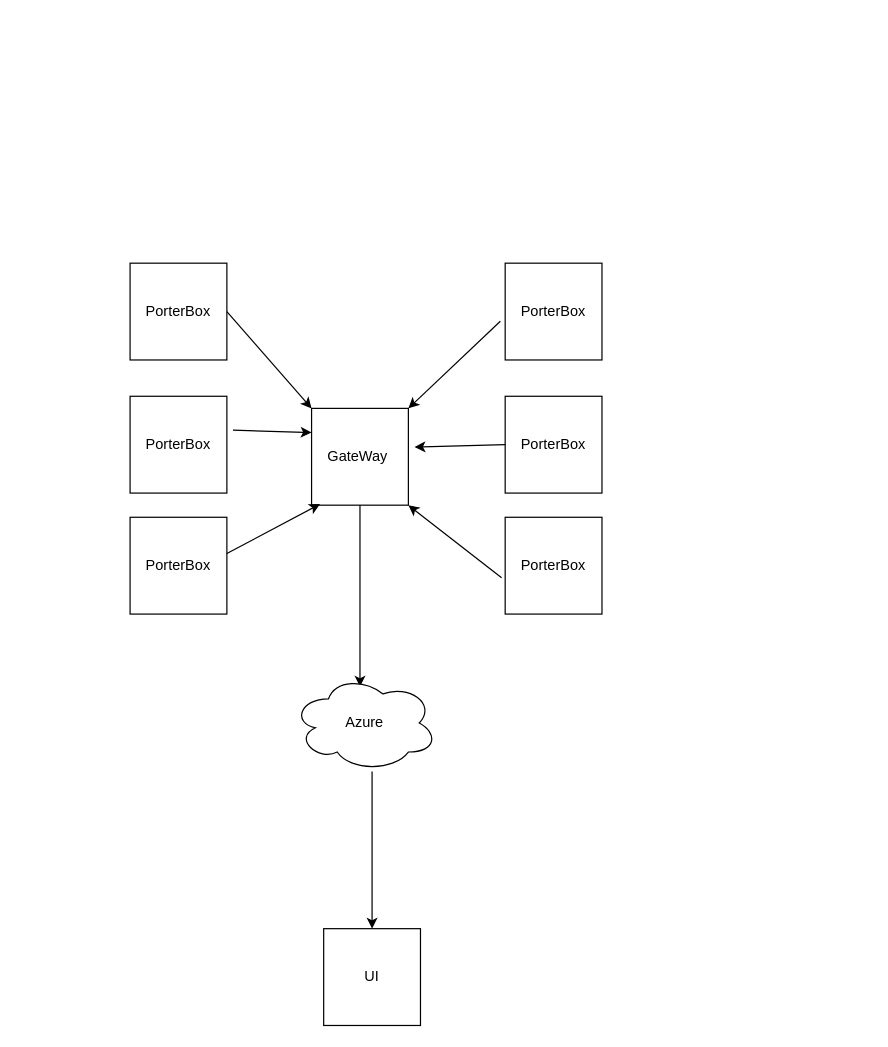
Lewjyi/BeeTechPub keeps this draw.io diagram as BeeTech.drawio. Above is the earlier version. Source tidied: cells renumbered, new cells numbered last; positions are measured from the earlier drawing's top-left corner, leaving out a move shared by most shapes. Both pictures are drawn from the tidied source at 121%, with x=0, y=0 at pixel (129, 263).
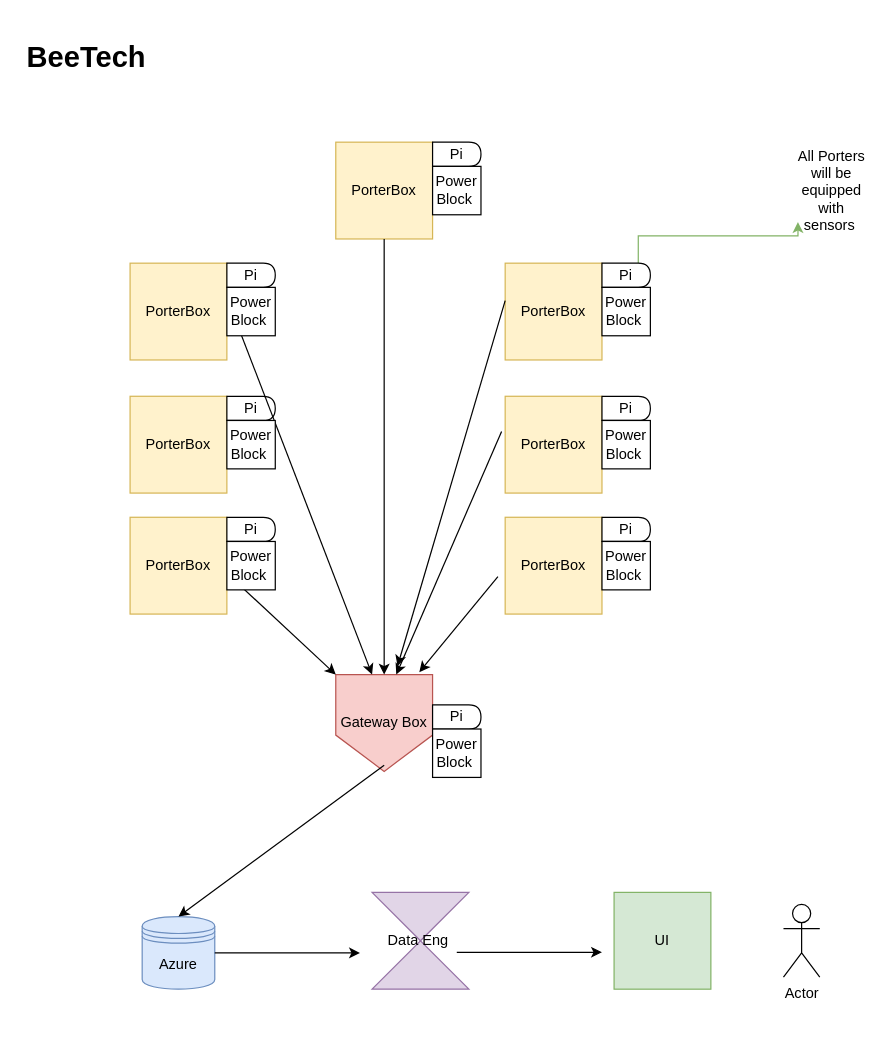
The same diagram, later.

Diff of the diagram source:
```diff
@@
-    <mxCell id="2" value="GateWay&amp;nbsp;" style="whiteSpace=wrap;html=1;" parent="1" vertex="1">
-      <mxGeometry x="150" y="120" width="80" height="80" as="geometry" />
+    <mxCell id="2" value="PorterBox" style="whiteSpace=wrap;html=1;fillColor=#fff2cc;strokeColor=#d6b656;" parent="1" vertex="1">
+      <mxGeometry x="170" y="-100" width="80" height="80" as="geometry" />
     </mxCell>
-    <mxCell id="3" value="PorterBox" style="whiteSpace=wrap;html=1;" parent="1" vertex="1">
+    <mxCell id="3" value="PorterBox" style="whiteSpace=wrap;html=1;fillColor=#fff2cc;strokeColor=#d6b656;" parent="1" vertex="1">
       <mxGeometry width="80" height="80" as="geometry" />
     </mxCell>
-    <mxCell id="4" value="PorterBox" style="whiteSpace=wrap;html=1;" parent="1" vertex="1">
+    <mxCell id="4" value="PorterBox" style="whiteSpace=wrap;html=1;fillColor=#fff2cc;strokeColor=#d6b656;" parent="1" vertex="1">
       <mxGeometry y="110" width="80" height="80" as="geometry" />
     </mxCell>
-    <mxCell id="5" value="PorterBox" style="whiteSpace=wrap;html=1;" parent="1" vertex="1">
+    <mxCell id="5" value="PorterBox" style="whiteSpace=wrap;html=1;fillColor=#fff2cc;strokeColor=#d6b656;" parent="1" vertex="1">
       <mxGeometry y="210" width="80" height="80" as="geometry" />
     </mxCell>
-    <mxCell id="6" value="PorterBox" style="whiteSpace=wrap;html=1;" parent="1" vertex="1">
+    <mxCell id="6" value="PorterBox" style="whiteSpace=wrap;html=1;fillColor=#fff2cc;strokeColor=#d6b656;" parent="1" vertex="1">
       <mxGeometry x="310" width="80" height="80" as="geometry" />
     </mxCell>
-    <mxCell id="7" value="PorterBox" style="whiteSpace=wrap;html=1;" parent="1" vertex="1">
+    <mxCell id="7" value="PorterBox" style="whiteSpace=wrap;html=1;fillColor=#fff2cc;strokeColor=#d6b656;" parent="1" vertex="1">
       <mxGeometry x="310" y="110" width="80" height="80" as="geometry" />
     </mxCell>
-    <mxCell id="8" value="PorterBox" style="whiteSpace=wrap;html=1;" parent="1" vertex="1">
+    <mxCell id="8" value="PorterBox" style="whiteSpace=wrap;html=1;fillColor=#fff2cc;strokeColor=#d6b656;" parent="1" vertex="1">
       <mxGeometry x="310" y="210" width="80" height="80" as="geometry" />
     </mxCell>
-    <mxCell id="9" style="endArrow=classic;html=1;rounded=0;entryX=0;entryY=0;entryDx=0;entryDy=0;" parent="1" edge="1" target="2">
-      <mxGeometry relative="1" as="geometry">
-        <mxPoint x="80" y="40" as="sourcePoint" />
-      </mxGeometry>
-    </mxCell>
-    <mxCell id="10" style="endArrow=classic;html=1;rounded=0;entryX=0;entryY=0.25;entryDx=0;entryDy=0;exitX=1.063;exitY=0.35;exitDx=0;exitDy=0;exitPerimeter=0;" parent="1" edge="1" source="4" target="2">
-      <mxGeometry relative="1" as="geometry" />
-    </mxCell>
-    <mxCell id="11" style="endArrow=classic;html=1;rounded=0;entryX=0.088;entryY=0.988;entryDx=0;entryDy=0;entryPerimeter=0;" parent="1" edge="1" target="2">
-      <mxGeometry relative="1" as="geometry">
-        <mxPoint x="80" y="240" as="sourcePoint" />
-      </mxGeometry>
-    </mxCell>
-    <mxCell id="12" style="endArrow=classic;html=1;rounded=0;entryX=1;entryY=0;entryDx=0;entryDy=0;exitX=-0.05;exitY=0.6;exitDx=0;exitDy=0;exitPerimeter=0;" parent="1" edge="1" source="6" target="2">
-      <mxGeometry relative="1" as="geometry" />
-    </mxCell>
-    <mxCell id="13" style="endArrow=classic;html=1;rounded=0;entryX=1.063;entryY=0.4;entryDx=0;entryDy=0;exitX=0;exitY=0.5;exitDx=0;exitDy=0;entryPerimeter=0;" parent="1" edge="1" source="7" target="2">
-      <mxGeometry relative="1" as="geometry" />
-    </mxCell>
-    <mxCell id="14" style="endArrow=classic;html=1;rounded=0;entryX=1;entryY=1;entryDx=0;entryDy=0;exitX=-0.037;exitY=0.625;exitDx=0;exitDy=0;exitPerimeter=0;" parent="1" edge="1" source="8" target="2">
-      <mxGeometry relative="1" as="geometry" />
-    </mxCell>
-    <mxCell id="15" style="endArrow=classic;html=1;rounded=0;" parent="1" edge="1">
-      <mxGeometry relative="1" as="geometry">
-        <mxPoint x="190" y="200" as="sourcePoint" />
-        <mxPoint x="190" y="350" as="targetPoint" />
-      </mxGeometry>
-    </mxCell>
+    <mxCell id="17" value="UI" style="whiteSpace=wrap;html=1;fillColor=#d5e8d4;strokeColor=#82b366;" parent="1" vertex="1">
+      <mxGeometry x="400" y="520" width="80" height="80" as="geometry" />
+    </mxCell>
+    <mxCell id="19" style="edgeStyle=orthogonalEdgeStyle;rounded=0;jettySize=auto;html=1;exitX=0.75;exitY=0;exitDx=0;exitDy=0;entryX=0.033;entryY=1.367;entryDx=0;entryDy=0;entryPerimeter=0;fillColor=#d5e8d4;strokeColor=#82b366;" parent="1" edge="1" source="20" target="49">
+      <mxGeometry relative="1" as="geometry" />
+    </mxCell>
+    <mxCell id="20" value="Pi" style="shape=delay;whiteSpace=wrap;html=1;" parent="1" vertex="1">
+      <mxGeometry x="390" width="40" height="20" as="geometry" />
+    </mxCell>
+    <mxCell id="21" value="Pi" style="shape=delay;whiteSpace=wrap;html=1;" parent="1" vertex="1">
+      <mxGeometry x="390" y="110" width="40" height="20" as="geometry" />
+    </mxCell>
+    <mxCell id="22" value="Pi" style="shape=delay;whiteSpace=wrap;html=1;" parent="1" vertex="1">
+      <mxGeometry x="390" y="210" width="40" height="20" as="geometry" />
+    </mxCell>
+    <mxCell id="23" value="Pi" style="shape=delay;whiteSpace=wrap;html=1;" parent="1" vertex="1">
+      <mxGeometry x="80" width="40" height="20" as="geometry" />
+    </mxCell>
+    <mxCell id="24" value="Pi" style="shape=delay;whiteSpace=wrap;html=1;" parent="1" vertex="1">
+      <mxGeometry x="80" y="110" width="40" height="20" as="geometry" />
+    </mxCell>
+    <mxCell id="25" value="Pi" style="shape=delay;whiteSpace=wrap;html=1;" parent="1" vertex="1">
+      <mxGeometry x="80" y="210" width="40" height="20" as="geometry" />
+    </mxCell>
+    <mxCell id="26" value="Data Eng&amp;nbsp;" style="shape=collate;whiteSpace=wrap;html=1;fillColor=#e1d5e7;strokeColor=#9673a6;" parent="1" vertex="1">
+      <mxGeometry x="200" y="520" width="80" height="80" as="geometry" />
+    </mxCell>
+    <mxCell id="27" value="Pi" style="shape=delay;whiteSpace=wrap;html=1;" parent="1" vertex="1">
+      <mxGeometry x="250" y="-100" width="40" height="20" as="geometry" />
+    </mxCell>
-    <mxCell id="16" value="Azure" style="ellipse;shape=cloud;whiteSpace=wrap;html=1;" parent="1" vertex="1">
-      <mxGeometry x="134" y="340" width="120" height="80" as="geometry" />
+    <mxCell id="16" value="Azure" style="shape=datastore;whiteSpace=wrap;html=1;fillColor=#dae8fc;strokeColor=#6c8ebf;" parent="1" vertex="1">
+      <mxGeometry x="10" y="540" width="60" height="60" as="geometry" />
     </mxCell>
-    <mxCell id="17" value="UI" style="whiteSpace=wrap;html=1;" parent="1" vertex="1">
-      <mxGeometry x="160" y="550" width="80" height="80" as="geometry" />
-    </mxCell>
-    <mxCell id="18" style="endArrow=classic;html=1;rounded=0;entryX=0.5;entryY=0;entryDx=0;entryDy=0;" parent="1" edge="1" target="17">
-      <mxGeometry relative="1" as="geometry">
-        <mxPoint x="200" y="420" as="sourcePoint" />
-      </mxGeometry>
-    </mxCell>
+    <mxCell id="28" value="Gateway Box" style="shape=offPageConnector;whiteSpace=wrap;html=1;fillColor=#f8cecc;strokeColor=#b85450;" parent="1" vertex="1">
+      <mxGeometry x="170" y="340" width="80" height="80" as="geometry" />
+    </mxCell>
+    <mxCell id="29" style="endArrow=classic;html=1;rounded=0;entryX=0.5;entryY=0;entryDx=0;entryDy=0;exitX=0.5;exitY=1;exitDx=0;exitDy=0;" parent="1" edge="1" source="2" target="28">
+      <mxGeometry relative="1" as="geometry" />
+    </mxCell>
+    <mxCell id="30" style="endArrow=classic;html=1;rounded=0;exitX=1.013;exitY=0.388;exitDx=0;exitDy=0;exitPerimeter=0;" parent="1" edge="1" source="3">
+      <mxGeometry relative="1" as="geometry">
+        <mxPoint x="200" y="340" as="targetPoint" />
+      </mxGeometry>
+    </mxCell>
+    <mxCell id="31" style="endArrow=classic;html=1;rounded=0;exitX=1.038;exitY=0.613;exitDx=0;exitDy=0;exitPerimeter=0;" parent="1" edge="1" source="5">
+      <mxGeometry relative="1" as="geometry">
+        <mxPoint x="170" y="340" as="targetPoint" />
+      </mxGeometry>
+    </mxCell>
+    <mxCell id="32" style="endArrow=classic;html=1;rounded=0;exitX=-0.075;exitY=0.613;exitDx=0;exitDy=0;exitPerimeter=0;entryX=0.863;entryY=-0.025;entryDx=0;entryDy=0;entryPerimeter=0;" parent="1" edge="1" source="8" target="28">
+      <mxGeometry relative="1" as="geometry" />
+    </mxCell>
+    <mxCell id="33" style="endArrow=classic;html=1;rounded=0;exitX=-0.037;exitY=0.363;exitDx=0;exitDy=0;exitPerimeter=0;entryX=0.863;entryY=-0.025;entryDx=0;entryDy=0;entryPerimeter=0;" parent="1" edge="1" source="7">
+      <mxGeometry relative="1" as="geometry">
+        <mxPoint x="220" y="340" as="targetPoint" />
+      </mxGeometry>
+    </mxCell>
+    <mxCell id="34" style="endArrow=classic;html=1;rounded=0;exitX=-0.075;exitY=0.613;exitDx=0;exitDy=0;exitPerimeter=0;entryX=0.638;entryY=-0.087;entryDx=0;entryDy=0;entryPerimeter=0;" parent="1" edge="1" target="28">
+      <mxGeometry relative="1" as="geometry">
+        <mxPoint x="310" y="31" as="sourcePoint" />
+      </mxGeometry>
+    </mxCell>
+    <mxCell id="35" style="endArrow=classic;html=1;rounded=0;entryX=0.5;entryY=0;entryDx=0;entryDy=0;" parent="1" edge="1" target="16">
+      <mxGeometry relative="1" as="geometry">
+        <mxPoint x="210" y="415" as="sourcePoint" />
+      </mxGeometry>
+    </mxCell>
+    <mxCell id="36" style="endArrow=classic;html=1;rounded=0;exitX=1;exitY=0.5;exitDx=0;exitDy=0;" parent="1" edge="1" source="16">
+      <mxGeometry relative="1" as="geometry">
+        <mxPoint x="190" y="570" as="targetPoint" />
+      </mxGeometry>
+    </mxCell>
+    <mxCell id="37" style="endArrow=classic;html=1;rounded=0;exitX=1;exitY=0.5;exitDx=0;exitDy=0;" parent="1" edge="1">
+      <mxGeometry relative="1" as="geometry">
+        <mxPoint x="270" y="569.5" as="sourcePoint" />
+        <mxPoint x="390" y="569.5" as="targetPoint" />
+      </mxGeometry>
+    </mxCell>
+    <mxCell id="38" value="Pi" style="shape=delay;whiteSpace=wrap;html=1;" parent="1" vertex="1">
+      <mxGeometry x="250" y="365" width="40" height="20" as="geometry" />
+    </mxCell>
+    <mxCell id="39" value="Actor" style="shape=umlActor;verticalLabelPosition=bottom;verticalAlign=top;html=1;" parent="1" vertex="1">
+      <mxGeometry x="540" y="530" width="30" height="60" as="geometry" />
+    </mxCell>
+    <mxCell id="40" value="&lt;h1&gt;BeeTech&amp;nbsp;&lt;/h1&gt;" style="text;html=1;strokeColor=none;fillColor=none;spacing=5;spacingTop=-20;whiteSpace=wrap;overflow=hidden;rounded=0;" parent="1" vertex="1">
+      <mxGeometry x="-90" y="-190" width="190" height="120" as="geometry" />
+    </mxCell>
+    <mxCell id="41" value="Power Block&amp;nbsp;" style="whiteSpace=wrap;html=1;" parent="1" vertex="1">
+      <mxGeometry x="390" y="20" width="40" height="40" as="geometry" />
+    </mxCell>
+    <mxCell id="42" value="Power Block&amp;nbsp;" style="whiteSpace=wrap;html=1;" parent="1" vertex="1">
+      <mxGeometry x="390" y="130" width="40" height="40" as="geometry" />
+    </mxCell>
+    <mxCell id="43" value="Power Block&amp;nbsp;" style="whiteSpace=wrap;html=1;" parent="1" vertex="1">
+      <mxGeometry x="390" y="230" width="40" height="40" as="geometry" />
+    </mxCell>
+    <mxCell id="44" value="Power Block&amp;nbsp;" style="whiteSpace=wrap;html=1;" parent="1" vertex="1">
+      <mxGeometry x="80" y="230" width="40" height="40" as="geometry" />
+    </mxCell>
+    <mxCell id="45" value="Power Block&amp;nbsp;" style="whiteSpace=wrap;html=1;" parent="1" vertex="1">
+      <mxGeometry x="80" y="130" width="40" height="40" as="geometry" />
+    </mxCell>
+    <mxCell id="46" value="Power Block&amp;nbsp;" style="whiteSpace=wrap;html=1;" parent="1" vertex="1">
+      <mxGeometry x="250" y="385" width="40" height="40" as="geometry" />
+    </mxCell>
+    <mxCell id="47" value="Power Block&amp;nbsp;" style="whiteSpace=wrap;html=1;" parent="1" vertex="1">
+      <mxGeometry x="250" y="-80" width="40" height="40" as="geometry" />
+    </mxCell>
+    <mxCell id="48" value="Power Block&amp;nbsp;" style="whiteSpace=wrap;html=1;" parent="1" vertex="1">
+      <mxGeometry x="80" y="20" width="40" height="40" as="geometry" />
+    </mxCell>
+    <mxCell id="49" value="All Porters will be equipped with sensors&amp;nbsp;" style="text;html=1;strokeColor=none;fillColor=none;align=center;verticalAlign=middle;whiteSpace=wrap;rounded=0;" parent="1" vertex="1">
+      <mxGeometry x="550" y="-75" width="60" height="30" as="geometry" />
+    </mxCell>
```
